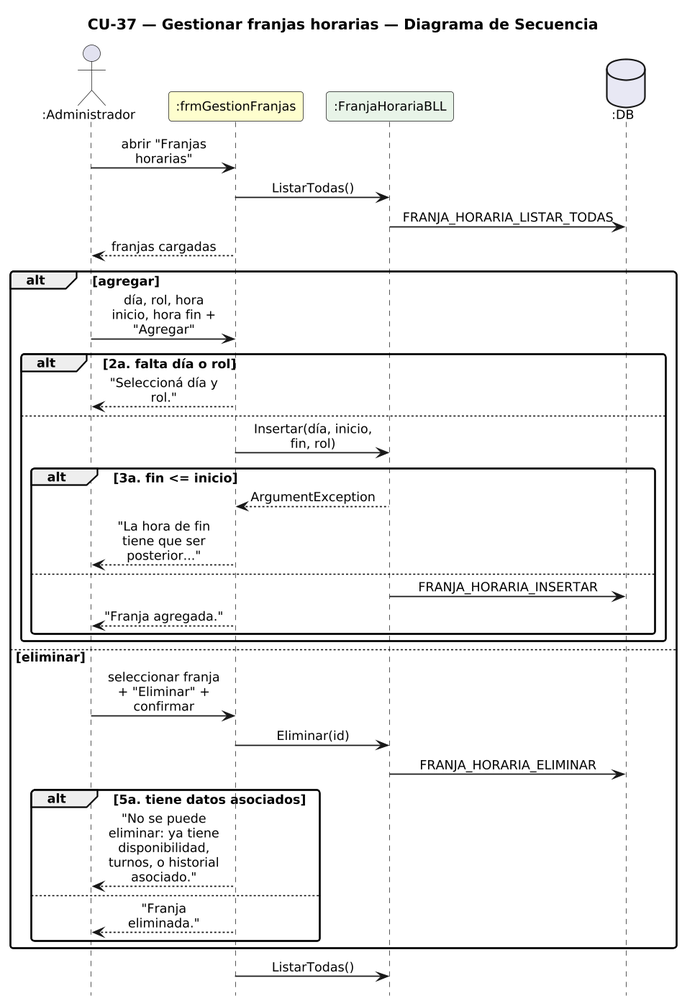
Above: DIAGRAMAS/DiagramaSecuencia_CU37_GestionarFranjas.png in Urrels/ingenieria_software (PlantUML), before the change. Its diagram source:
```plantuml
@startuml DiagramaSecuencia_CU37_GestionarFranjas

title CU-37 — Gestionar franjas horarias — Diagrama de Secuencia

skinparam shadowing false
skinparam roundcorner 6
skinparam sequenceArrowThickness 1.2
skinparam ParticipantPadding 6
skinparam BoxPadding 4
skinparam maxMessageSize 115
skinparam sequenceMessageAlign center
skinparam defaultFontSize 12
skinparam dpi 140
hide footbox

actor ":Administrador" as A
participant ":frmGestionFranjas" as F #FEFECE
participant ":FranjaHorariaBLL" as FB #E8F4E8
database ":DB" as DB #E8E8F4

A -> F : abrir "Franjas horarias"
F -> FB : ListarTodas()
FB -> DB : FRANJA_HORARIA_LISTAR_TODAS
F --> A : franjas cargadas
alt agregar
  A -> F : día, rol, hora inicio, hora fin + "Agregar"
  alt 2a. falta día o rol
    F --> A : "Seleccioná día y rol."
  else
    F -> FB : Insertar(día, inicio, fin, rol)
    alt 3a. fin <= inicio
      FB --> F : ArgumentException
      F --> A : "La hora de fin tiene que ser posterior..."
    else
      FB -> DB : FRANJA_HORARIA_INSERTAR
      F --> A : "Franja agregada."
    end
  end
else eliminar
  A -> F : seleccionar franja + "Eliminar" + confirmar
  F -> FB : Eliminar(id)
  FB -> DB : FRANJA_HORARIA_ELIMINAR
  alt 5a. tiene datos asociados
    F --> A : "No se puede eliminar: ya tiene disponibilidad,\nturnos, o historial asociado."
  else
    F --> A : "Franja eliminada."
  end
end
F -> FB : ListarTodas()

@enduml
```
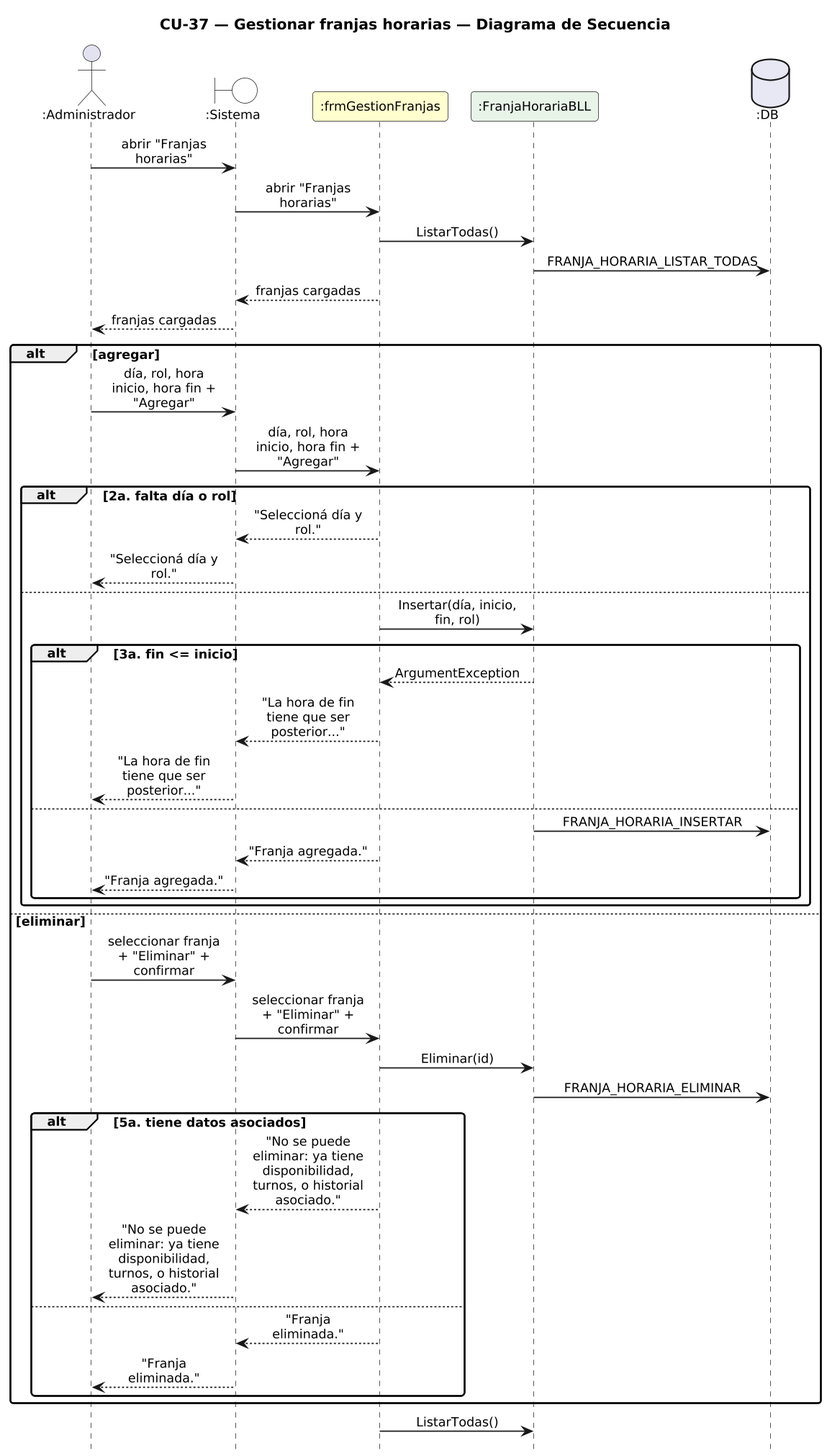
Above is the later version.

Change to the diagram source:
```diff
@@ -14,36 +14,46 @@
 hide footbox
 
 actor ":Administrador" as A
+boundary ":Sistema" as SYS #FFFFFF
 participant ":frmGestionFranjas" as F #FEFECE
 participant ":FranjaHorariaBLL" as FB #E8F4E8
 database ":DB" as DB #E8E8F4
 
-A -> F : abrir "Franjas horarias"
+A -> SYS : abrir "Franjas horarias"
+SYS -> F : abrir "Franjas horarias"
 F -> FB : ListarTodas()
 FB -> DB : FRANJA_HORARIA_LISTAR_TODAS
-F --> A : franjas cargadas
+F --> SYS : franjas cargadas
+SYS --> A : franjas cargadas
 alt agregar
-  A -> F : día, rol, hora inicio, hora fin + "Agregar"
+  A -> SYS : día, rol, hora inicio, hora fin + "Agregar"
+  SYS -> F : día, rol, hora inicio, hora fin + "Agregar"
   alt 2a. falta día o rol
-    F --> A : "Seleccioná día y rol."
+    F --> SYS : "Seleccioná día y rol."
+    SYS --> A : "Seleccioná día y rol."
   else
     F -> FB : Insertar(día, inicio, fin, rol)
     alt 3a. fin <= inicio
       FB --> F : ArgumentException
-      F --> A : "La hora de fin tiene que ser posterior..."
+      F --> SYS : "La hora de fin tiene que ser posterior..."
+      SYS --> A : "La hora de fin tiene que ser posterior..."
     else
       FB -> DB : FRANJA_HORARIA_INSERTAR
-      F --> A : "Franja agregada."
+      F --> SYS : "Franja agregada."
+      SYS --> A : "Franja agregada."
     end
   end
 else eliminar
-  A -> F : seleccionar franja + "Eliminar" + confirmar
+  A -> SYS : seleccionar franja + "Eliminar" + confirmar
+  SYS -> F : seleccionar franja + "Eliminar" + confirmar
   F -> FB : Eliminar(id)
   FB -> DB : FRANJA_HORARIA_ELIMINAR
   alt 5a. tiene datos asociados
-    F --> A : "No se puede eliminar: ya tiene disponibilidad,\nturnos, o historial asociado."
+    F --> SYS : "No se puede eliminar: ya tiene disponibilidad,\nturnos, o historial asociado."
+    SYS --> A : "No se puede eliminar: ya tiene disponibilidad,\nturnos, o historial asociado."
   else
-    F --> A : "Franja eliminada."
+    F --> SYS : "Franja eliminada."
+    SYS --> A : "Franja eliminada."
   end
 end
 F -> FB : ListarTodas()
```
